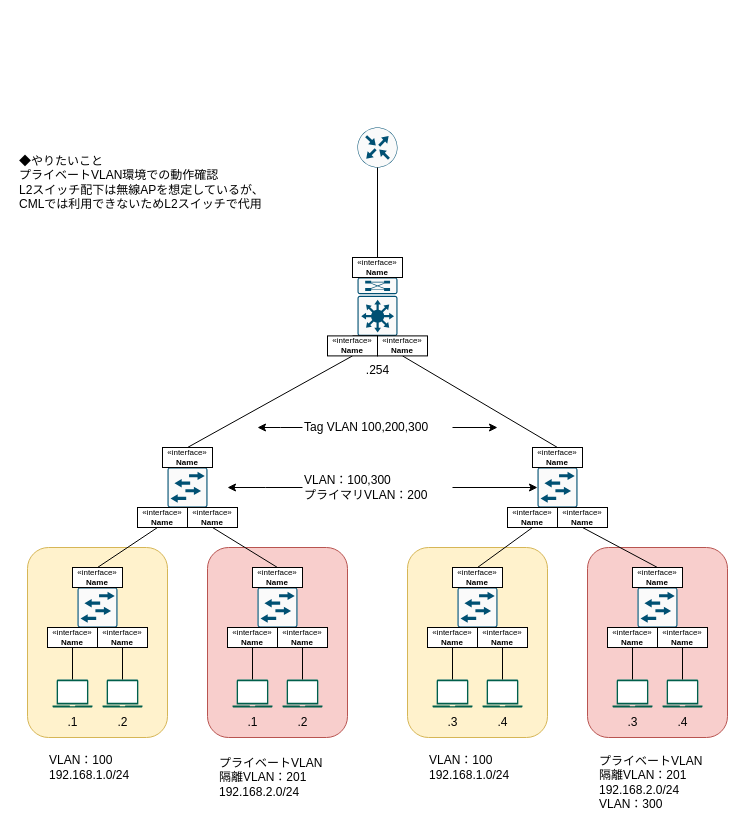
Earlier version of the draw.io diagram プライベートVLAN検証.drawio (Mizukichi404/Network_diagram). Source tidied: cells renumbered, new cells numbered last; positions are measured from the earlier drawing's top-left corner, leaving out a move shared by most shapes. Both pictures are drawn from the tidied source at 100%, with x=0, y=0 at pixel (17, 127).
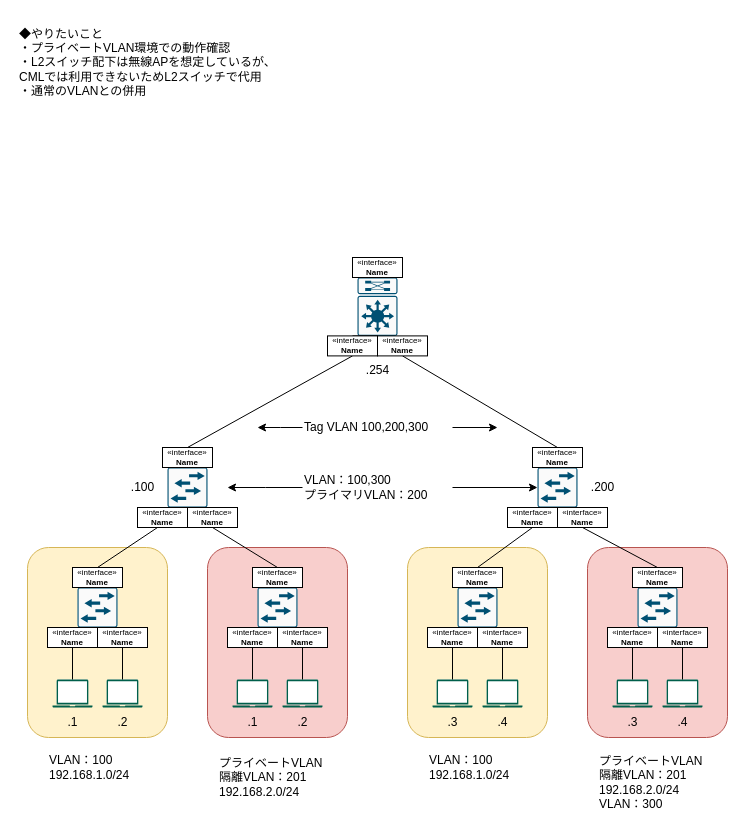
The same page after the edit.

Commit message:
プライベートVLAN検証.drawio を更新します

The change refers to these unchanged cells:
```xml
<mxCell id="67" value="«interface»&lt;br&gt;&lt;b&gt;Name&lt;/b&gt;" style="html=1;whiteSpace=wrap;fontSize=8;" parent="1" vertex="1">
  <mxGeometry x="335" y="130" width="50" height="20" as="geometry" />
</mxCell>
```

The edit, as a diff of the source:
```diff
@@
-    <mxCell id="6" style="sketch=0;points=[[0.5,0,0],[1,0.5,0],[0.5,1,0],[0,0.5,0],[0.145,0.145,0],[0.8555,0.145,0],[0.855,0.8555,0],[0.145,0.855,0]];verticalLabelPosition=bottom;html=1;verticalAlign=top;align=center;shape=mxgraph.cisco19.rect;prIcon=router;fillColor=#FAFAFA;strokeColor=#005073;" parent="1" vertex="1">
-      <mxGeometry x="340" width="40" height="40" as="geometry" />
-    </mxCell>
@@
-    <mxCell id="10" style="endArrow=none;html=1;rounded=0;exitX=0.5;exitY=0;exitDx=0;exitDy=0;exitPerimeter=0;entryX=0.5;entryY=1;entryDx=0;entryDy=0;entryPerimeter=0;" parent="1" edge="1" source="67" target="6">
-      <mxGeometry relative="1" as="geometry" />
-    </mxCell>
@@
-    <mxCell id="21" value="◆やりたいこと&lt;div&gt;プライベートVLAN環境での動作確認&lt;/div&gt;&lt;div&gt;L2スイッチ配下は無線APを想定しているが、&lt;/div&gt;&lt;div&gt;CMLでは利用できないためL2スイッチで代用&lt;/div&gt;" style="text;html=1;align=left;verticalAlign=middle;strokeColor=none;fillColor=none;labelPosition=center;verticalLabelPosition=middle;" parent="1" vertex="1">
-      <mxGeometry y="20" width="270" height="70" as="geometry" />
+    <mxCell id="21" value="◆やりたいこと&lt;div&gt;・プライベートVLAN環境での動作確認&lt;/div&gt;&lt;div&gt;・L2スイッチ配下は無線APを想定しているが、&lt;/div&gt;&lt;div&gt;CMLでは利用できないためL2スイッチで代用&lt;/div&gt;&lt;div&gt;・通常のVLANとの併用&lt;/div&gt;" style="text;html=1;align=left;verticalAlign=middle;strokeColor=none;fillColor=none;labelPosition=center;verticalLabelPosition=middle;" parent="1" vertex="1">
+      <mxGeometry y="-110" width="280" height="90" as="geometry" />
     </mxCell>
@@
+    <mxCell id="80" value=".100" style="text;html=1;align=center;verticalAlign=middle;strokeColor=none;fillColor=none;" parent="1" vertex="1">
+      <mxGeometry x="100" y="345" width="50" height="30" as="geometry" />
+    </mxCell>
+    <mxCell id="81" value=".200" style="text;html=1;align=center;verticalAlign=middle;strokeColor=none;fillColor=none;" parent="1" vertex="1">
+      <mxGeometry x="560" y="345" width="50" height="30" as="geometry" />
+    </mxCell>
```
